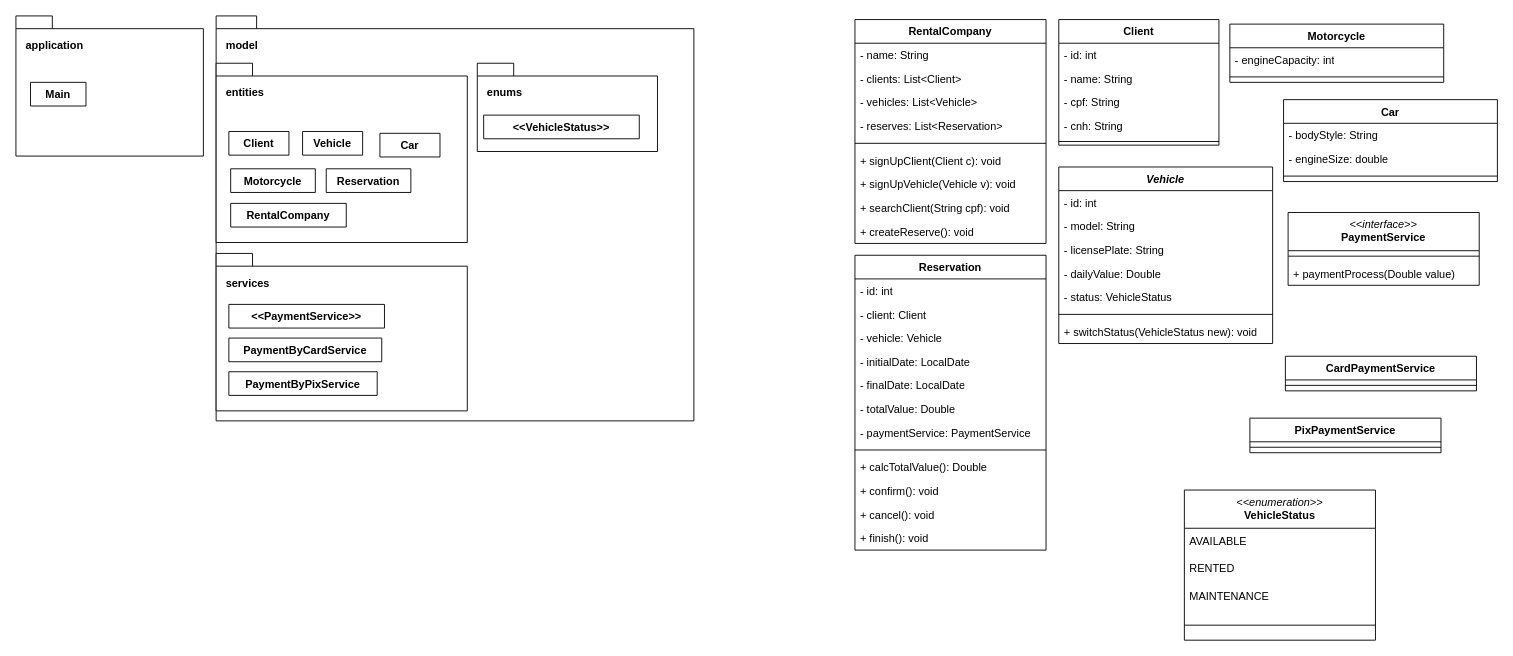
Above: AtvPOO_RentCars.drawio in bispothearch/rentalCompany-UNIFAN2025.2 (draw.io), before the change. Source tidied: cells renumbered, new cells numbered last; positions are measured from the earlier drawing's top-left corner, leaving out a move shared by most shapes. Both pictures are drawn from the tidied source at 91%, with x=0, y=0 at pixel (15, 15).
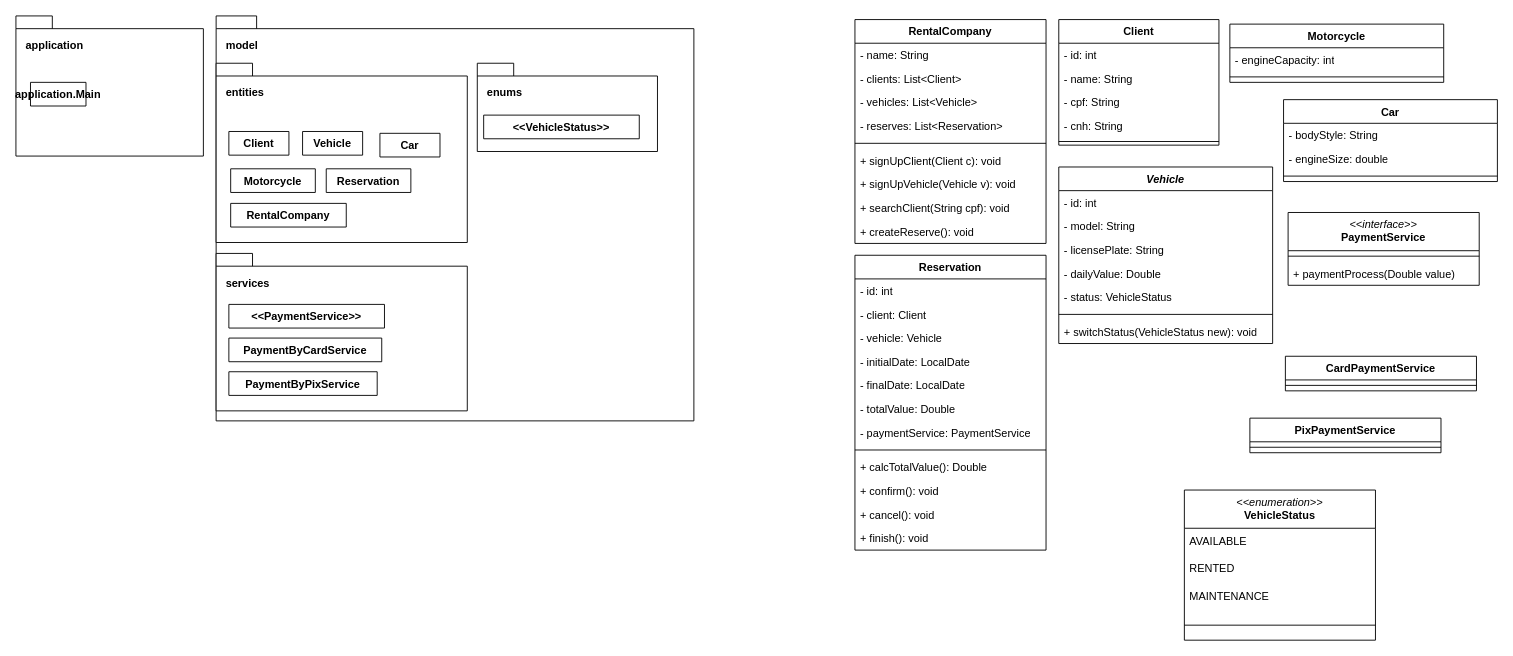
The same page after the edit.

What changed in the source:
```diff
@@
-    <mxCell id="3" value="Main" style="swimlane;fontStyle=1;align=center;verticalAlign=top;horizontal=1;startSize=26;whiteSpace=wrap;html=1;" parent="1" vertex="1" collapsed="1">
+    <mxCell id="3" value="application.Main" style="swimlane;fontStyle=1;align=center;verticalAlign=top;horizontal=1;startSize=26;whiteSpace=wrap;html=1;" parent="1" vertex="1" collapsed="1">
       <mxGeometry x="16" y="73" width="61" height="26" as="geometry" />
     </mxCell>
```
